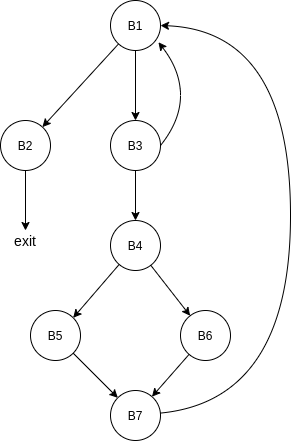
Earlier version of the draw.io export exercise1-2/assets/cfg.png (varghese-ascalonic/HPC_Excercise_1). Source tidied: cells renumbered, new cells last; positions are measured from the earlier drawing's top-left corner, leaving out a move shared by most shapes.
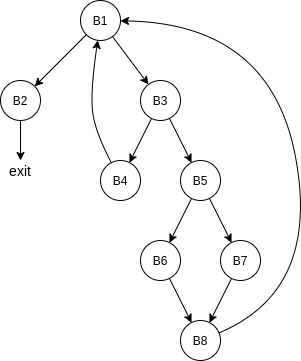
After the change.

What changed in the source:
```diff
@@ -3,13 +3,13 @@
     <mxCell id="0" />
     <mxCell id="1" parent="0" />
     <mxCell id="2" value="B1" style="ellipse;whiteSpace=wrap;html=1;" parent="1" vertex="1">
-      <mxGeometry x="110" width="50" height="50" as="geometry" />
+      <mxGeometry x="110" y="-30" width="40" height="40" as="geometry" />
     </mxCell>
     <mxCell id="3" value="B3" style="ellipse;whiteSpace=wrap;html=1;" parent="1" vertex="1">
-      <mxGeometry x="110" y="120" width="50" height="50" as="geometry" />
+      <mxGeometry x="170" y="50" width="40" height="40" as="geometry" />
     </mxCell>
     <mxCell id="4" value="B2" style="ellipse;whiteSpace=wrap;html=1;" parent="1" vertex="1">
-      <mxGeometry y="120" width="50" height="50" as="geometry" />
+      <mxGeometry x="30" y="50" width="40" height="40" as="geometry" />
     </mxCell>
     <mxCell id="5" style="endArrow=classic;html=1;" parent="1" edge="1" source="2" target="3">
       <mxGeometry relative="1" as="geometry" />
@@ -17,54 +17,60 @@
     <mxCell id="6" style="endArrow=classic;html=1;" parent="1" edge="1" source="2" target="4">
       <mxGeometry relative="1" as="geometry" />
     </mxCell>
-    <mxCell id="7" style="curved=1;endArrow=classic;html=1;exitX=1;exitY=0.5;exitDx=0;exitDy=0;entryX=0.959;entryY=0.835;entryDx=0;entryDy=0;entryPerimeter=0;" parent="1" edge="1" source="3" target="2">
-      <mxGeometry relative="1" as="geometry">
-        <Array as="points">
-          <mxPoint x="180" y="120" />
-          <mxPoint x="180" y="70" />
-        </Array>
-      </mxGeometry>
-    </mxCell>
     <mxCell id="8" value="B4" style="ellipse;whiteSpace=wrap;html=1;" parent="1" vertex="1">
-      <mxGeometry x="110" y="220" width="50" height="50" as="geometry" />
+      <mxGeometry x="130" y="130" width="40" height="40" as="geometry" />
     </mxCell>
-    <mxCell id="9" value="B5" style="ellipse;whiteSpace=wrap;html=1;" parent="1" vertex="1">
-      <mxGeometry x="30" y="310" width="50" height="50" as="geometry" />
+    <mxCell id="9" value="B6" style="ellipse;whiteSpace=wrap;html=1;" parent="1" vertex="1">
+      <mxGeometry x="170" y="210" width="40" height="40" as="geometry" />
     </mxCell>
-    <mxCell id="10" value="B6" style="ellipse;whiteSpace=wrap;html=1;" parent="1" vertex="1">
-      <mxGeometry x="180" y="310" width="50" height="50" as="geometry" />
+    <mxCell id="10" value="B7" style="ellipse;whiteSpace=wrap;html=1;" parent="1" vertex="1">
+      <mxGeometry x="250" y="210" width="40" height="40" as="geometry" />
     </mxCell>
-    <mxCell id="11" value="B7" style="ellipse;whiteSpace=wrap;html=1;" parent="1" vertex="1">
-      <mxGeometry x="110" y="390" width="50" height="50" as="geometry" />
+    <mxCell id="11" value="B8" style="ellipse;whiteSpace=wrap;html=1;" parent="1" vertex="1">
+      <mxGeometry x="210" y="290" width="40" height="40" as="geometry" />
     </mxCell>
-    <mxCell id="12" style="endArrow=classic;html=1;entryX=1;entryY=0;entryDx=0;entryDy=0;" parent="1" edge="1" source="8" target="9">
-      <mxGeometry relative="1" as="geometry" />
-    </mxCell>
-    <mxCell id="13" style="endArrow=classic;html=1;" parent="1" edge="1" source="8" target="10">
-      <mxGeometry relative="1" as="geometry" />
-    </mxCell>
     <mxCell id="14" style="endArrow=classic;html=1;" parent="1" edge="1" source="9" target="11">
       <mxGeometry relative="1" as="geometry" />
     </mxCell>
     <mxCell id="15" style="endArrow=classic;html=1;" parent="1" edge="1" source="10" target="11">
       <mxGeometry relative="1" as="geometry" />
     </mxCell>
-    <mxCell id="16" style="endArrow=classic;html=1;exitX=0.5;exitY=1;exitDx=0;exitDy=0;" parent="1" edge="1" source="3" target="8">
+    <mxCell id="16" style="endArrow=classic;html=1;" parent="1" edge="1" source="3" target="8">
       <mxGeometry relative="1" as="geometry" />
     </mxCell>
-    <mxCell id="17" style="curved=1;endArrow=classic;html=1;entryX=1;entryY=0.5;entryDx=0;entryDy=0;" parent="1" edge="1" source="11" target="2">
-      <mxGeometry relative="1" as="geometry">
-        <Array as="points">
-          <mxPoint x="290" y="400" />
-          <mxPoint x="290" y="30" />
-        </Array>
-      </mxGeometry>
-    </mxCell>
     <mxCell id="18" value="exit" style="text;html=1;strokeColor=none;fillColor=none;align=center;verticalAlign=middle;whiteSpace=wrap;rounded=0;fontSize=14;" parent="1" vertex="1">
-      <mxGeometry x="5" y="230" width="40" height="20" as="geometry" />
+      <mxGeometry x="30" y="130" width="40" height="20" as="geometry" />
     </mxCell>
     <mxCell id="19" style="endArrow=classic;html=1;" parent="1" edge="1" source="4" target="18">
       <mxGeometry relative="1" as="geometry" />
     </mxCell>
+    <mxCell id="20" value="B5" style="ellipse;whiteSpace=wrap;html=1;" parent="1" vertex="1">
+      <mxGeometry x="210" y="130" width="40" height="40" as="geometry" />
+    </mxCell>
+    <mxCell id="21" style="endArrow=classic;html=1;" parent="1" edge="1" source="3" target="20">
+      <mxGeometry relative="1" as="geometry" />
+    </mxCell>
+    <mxCell id="22" style="endArrow=classic;html=1;" parent="1" edge="1" source="20" target="9">
+      <mxGeometry relative="1" as="geometry" />
+    </mxCell>
+    <mxCell id="23" style="endArrow=classic;html=1;" parent="1" edge="1" source="20" target="10">
+      <mxGeometry relative="1" as="geometry" />
+    </mxCell>
+    <mxCell id="17" style="curved=1;endArrow=classic;html=1;" parent="1" edge="1" source="11" target="2">
+      <mxGeometry relative="1" as="geometry">
+        <Array as="points">
+          <mxPoint x="350" y="260" />
+          <mxPoint x="300" y="-7" />
+        </Array>
+      </mxGeometry>
+    </mxCell>
+    <mxCell id="24" style="curved=1;endArrow=classic;html=1;" parent="1" edge="1" source="8" target="2">
+      <mxGeometry relative="1" as="geometry">
+        <Array as="points">
+          <mxPoint x="124" y="100" />
+          <mxPoint x="120" y="60" />
+        </Array>
+      </mxGeometry>
+    </mxCell>
   </root>
 </mxGraphModel>
```
